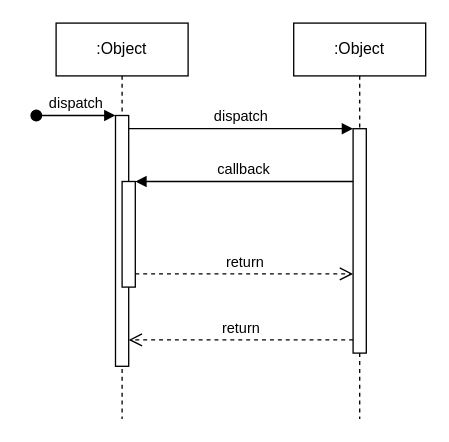
The draw.io diagram Diagrama sin título.drawio in GustavoGamarra95/Berenice, before the edit. Source tidied: cells renumbered, new cells numbered last; positions are measured from the earlier drawing's top-left corner, leaving out a move shared by most shapes. Both pictures are drawn from the tidied source at 132%, with x=0, y=0 at pixel (36, 22).
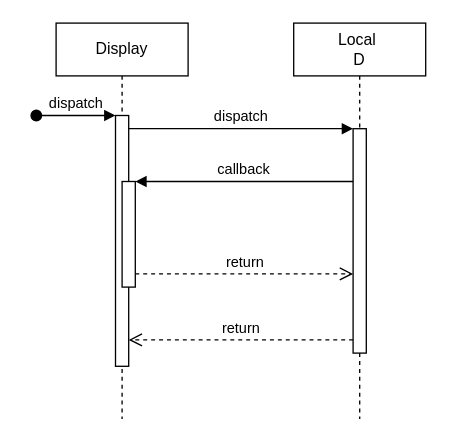
The same diagram, later.

Diff of the diagram source:
```diff
@@
 <mxGraphModel>
   <root>
     <mxCell id="0" />
     <mxCell id="1" parent="0" />
-    <mxCell id="2" value=":Object" style="shape=umlLifeline;perimeter=lifelinePerimeter;whiteSpace=wrap;html=1;newEdgeStyle={&quot;edgeStyle&quot;:&quot;elbowEdgeStyle&quot;,&quot;elbow&quot;:&quot;vertical&quot;,&quot;curved&quot;:0,&quot;rounded&quot;:0};" parent="1" vertex="1">
+    <mxCell id="2" value="Display" style="shape=umlLifeline;perimeter=lifelinePerimeter;whiteSpace=wrap;html=1;newEdgeStyle={&quot;edgeStyle&quot;:&quot;elbowEdgeStyle&quot;,&quot;elbow&quot;:&quot;vertical&quot;,&quot;curved&quot;:0,&quot;rounded&quot;:0};" parent="1" vertex="1">
       <mxGeometry x="15" width="100" height="300" as="geometry" />
     </mxCell>
     <mxCell id="3" style="html=1;points=[];perimeter=orthogonalPerimeter;outlineConnect=0;targetShapes=umlLifeline;portConstraint=eastwest;newEdgeStyle={&quot;edgeStyle&quot;:&quot;elbowEdgeStyle&quot;,&quot;elbow&quot;:&quot;vertical&quot;,&quot;curved&quot;:0,&quot;rounded&quot;:0};" parent="2" vertex="1">
       <mxGeometry x="45" y="70" width="10" height="190" as="geometry" />
     </mxCell>
     <mxCell id="4" value="dispatch" style="html=1;verticalAlign=bottom;startArrow=oval;endArrow=block;startSize=8;edgeStyle=elbowEdgeStyle;elbow=vertical;curved=0;rounded=0;" parent="2" edge="1" target="3">
       <mxGeometry relative="1" as="geometry">
         <mxPoint x="-15" y="70" as="sourcePoint" />
       </mxGeometry>
     </mxCell>
     <mxCell id="5" style="html=1;points=[];perimeter=orthogonalPerimeter;outlineConnect=0;targetShapes=umlLifeline;portConstraint=eastwest;newEdgeStyle={&quot;edgeStyle&quot;:&quot;elbowEdgeStyle&quot;,&quot;elbow&quot;:&quot;vertical&quot;,&quot;curved&quot;:0,&quot;rounded&quot;:0};" parent="2" vertex="1">
       <mxGeometry x="50" y="120" width="10" height="80" as="geometry" />
     </mxCell>
-    <mxCell id="6" value=":Object" style="shape=umlLifeline;perimeter=lifelinePerimeter;whiteSpace=wrap;html=1;newEdgeStyle={&quot;edgeStyle&quot;:&quot;elbowEdgeStyle&quot;,&quot;elbow&quot;:&quot;vertical&quot;,&quot;curved&quot;:0,&quot;rounded&quot;:0};" parent="1" vertex="1">
+    <mxCell id="6" value="Local&amp;nbsp;&lt;br&gt;D" style="shape=umlLifeline;perimeter=lifelinePerimeter;whiteSpace=wrap;html=1;newEdgeStyle={&quot;edgeStyle&quot;:&quot;elbowEdgeStyle&quot;,&quot;elbow&quot;:&quot;vertical&quot;,&quot;curved&quot;:0,&quot;rounded&quot;:0};" parent="1" vertex="1">
       <mxGeometry x="195" width="100" height="300" as="geometry" />
     </mxCell>
     <mxCell id="7" style="html=1;points=[];perimeter=orthogonalPerimeter;outlineConnect=0;targetShapes=umlLifeline;portConstraint=eastwest;newEdgeStyle={&quot;edgeStyle&quot;:&quot;elbowEdgeStyle&quot;,&quot;elbow&quot;:&quot;vertical&quot;,&quot;curved&quot;:0,&quot;rounded&quot;:0};" parent="6" vertex="1">
       <mxGeometry x="45" y="80" width="10" height="170" as="geometry" />
     </mxCell>
     <mxCell id="8" value="dispatch" style="html=1;verticalAlign=bottom;endArrow=block;edgeStyle=elbowEdgeStyle;elbow=vertical;curved=0;rounded=0;" parent="1" edge="1" source="3" target="7">
       <mxGeometry relative="1" as="geometry">
         <Array as="points">
           <mxPoint x="155" y="80" />
         </Array>
       </mxGeometry>
     </mxCell>
     <mxCell id="9" value="return" style="html=1;verticalAlign=bottom;endArrow=open;dashed=1;endSize=8;edgeStyle=elbowEdgeStyle;elbow=vertical;curved=0;rounded=0;" parent="1" edge="1" source="7" target="3">
       <mxGeometry relative="1" as="geometry">
         <Array as="points">
           <mxPoint x="165" y="240" />
         </Array>
       </mxGeometry>
     </mxCell>
     <mxCell id="10" value="callback" style="html=1;verticalAlign=bottom;endArrow=block;edgeStyle=elbowEdgeStyle;elbow=vertical;curved=0;rounded=0;" parent="1" edge="1" source="7" target="5">
       <mxGeometry relative="1" as="geometry">
         <Array as="points">
           <mxPoint x="165" y="120" />
         </Array>
       </mxGeometry>
     </mxCell>
     <mxCell id="11" value="return" style="html=1;verticalAlign=bottom;endArrow=open;dashed=1;endSize=8;edgeStyle=elbowEdgeStyle;elbow=vertical;curved=0;rounded=0;" parent="1" edge="1" source="5" target="7">
       <mxGeometry relative="1" as="geometry">
         <Array as="points">
           <mxPoint x="155" y="190" />
         </Array>
       </mxGeometry>
     </mxCell>
   </root>
 </mxGraphModel>
```
